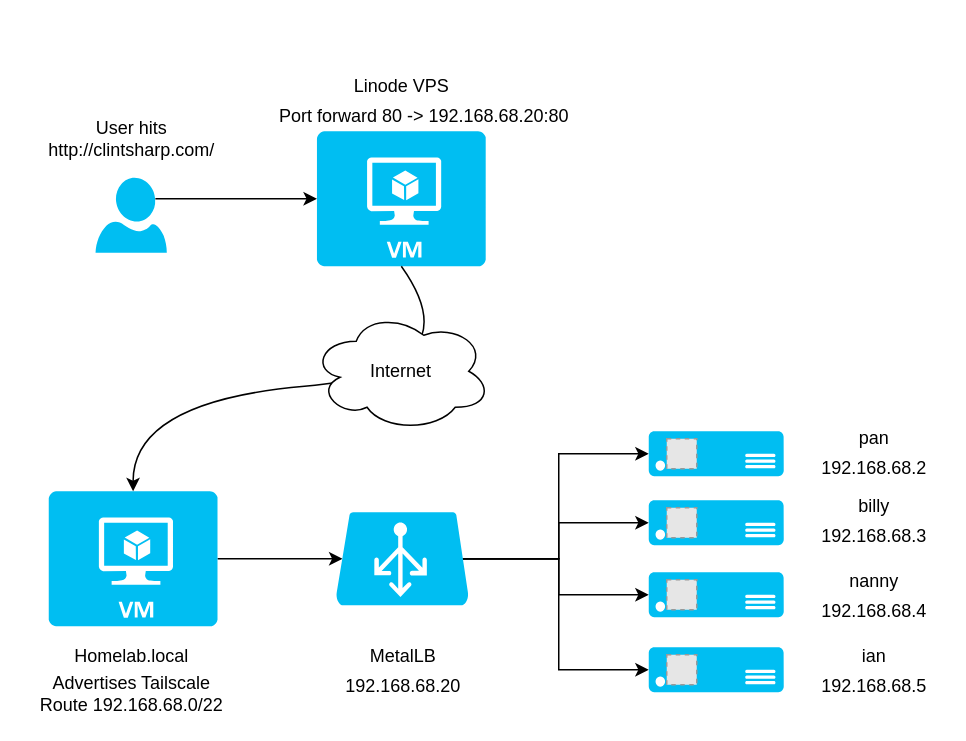
Before: content/english/post/self_hosted_blog/images/BlogTopo.drawio in coccyx/blog, a draw.io diagram. Source tidied: cells renumbered, new cells numbered last; positions are measured from the earlier drawing's top-left corner, leaving out a move shared by most shapes. Both pictures are drawn from the tidied source at 150%, with x=0, y=0 at pixel (26, 70). Pictures stored in the file or linked from it are replaced by grey dashed boxes.
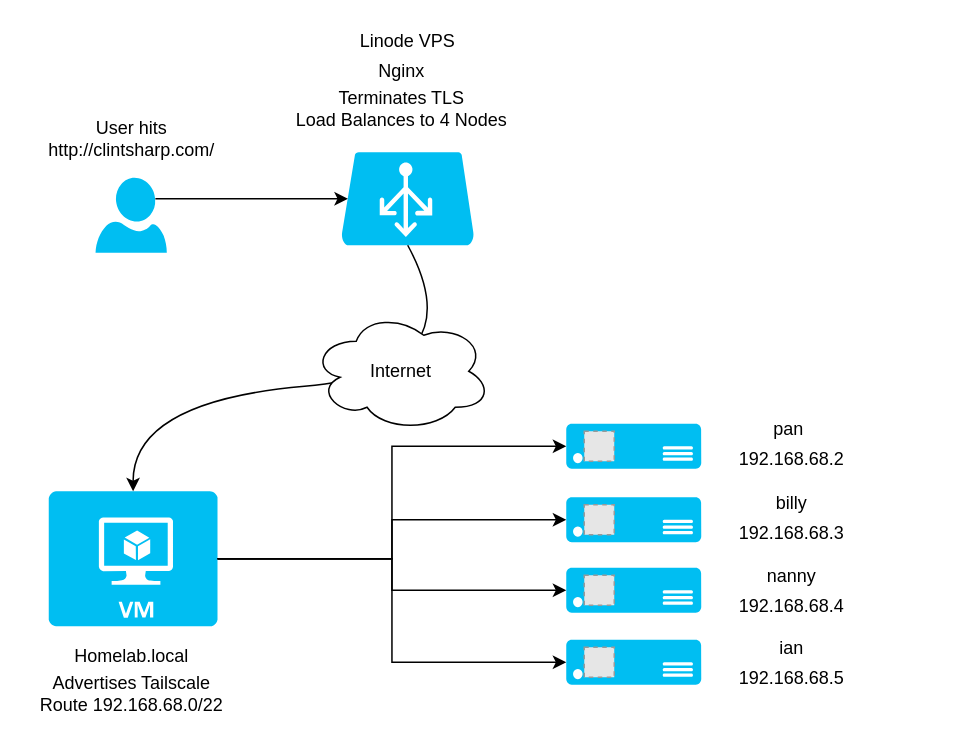
The same page after the edit.

The change refers to these unchanged cells:
```xml
<mxCell id="4" style="verticalLabelPosition=bottom;html=1;verticalAlign=top;align=center;strokeColor=none;fillColor=#00BEF2;shape=mxgraph.azure.virtual_machine;" parent="1" vertex="1">
  <mxGeometry x="15" y="280" width="112.5" height="90" as="geometry" />
</mxCell>
<mxCell id="26" style="verticalLabelPosition=bottom;html=1;verticalAlign=top;align=center;strokeColor=none;fillColor=#00BEF2;shape=mxgraph.azure.user;" parent="1" vertex="1">
  <mxGeometry x="46.2" y="71" width="47.5" height="50" as="geometry" />
</mxCell>
```

Change to the diagram source:
```diff
@@
-    <mxCell id="2" style="verticalLabelPosition=bottom;html=1;verticalAlign=top;align=center;strokeColor=none;fillColor=#00BEF2;shape=mxgraph.azure.virtual_machine;" parent="1" vertex="1">
-      <mxGeometry x="193.8" y="40" width="112.5" height="90" as="geometry" />
-    </mxCell>
-    <mxCell id="3" style="edgeStyle=orthogonalEdgeStyle;rounded=0;jettySize=auto;html=1;exitX=1;exitY=0.5;exitDx=0;exitDy=0;exitPerimeter=0;entryX=0.05;entryY=0.5;entryDx=0;entryDy=0;entryPerimeter=0;" parent="1" edge="1" source="4" target="13">
-      <mxGeometry relative="1" as="geometry" />
-    </mxCell>
@@
     <mxCell id="5" value="Linode VPS" style="text;html=1;align=center;verticalAlign=middle;fillColor=none;strokeColor=none;rounded=0;" parent="1" vertex="1">
-      <mxGeometry x="210" width="80" height="20" as="geometry" />
+      <mxGeometry x="214.3" y="-30" width="80" height="20" as="geometry" />
     </mxCell>
-    <mxCell id="6" value="Port forward 80 -&amp;gt; 192.168.68.20:80" style="text;html=1;align=center;verticalAlign=middle;fillColor=none;strokeColor=none;rounded=0;" parent="1" vertex="1">
-      <mxGeometry x="160" y="20" width="210" height="20" as="geometry" />
-    </mxCell>
@@
-    <mxCell id="9" style="edgeStyle=orthogonalEdgeStyle;rounded=0;jettySize=auto;html=1;exitX=0.955;exitY=0.5;exitDx=0;exitDy=0;exitPerimeter=0;entryX=0;entryY=0.5;entryDx=0;entryDy=0;entryPerimeter=0;" parent="1" edge="1" source="13" target="15">
+    <mxCell id="9" style="edgeStyle=orthogonalEdgeStyle;rounded=0;jettySize=auto;html=1;entryX=0;entryY=0.5;entryDx=0;entryDy=0;entryPerimeter=0;" parent="1" edge="1" source="4" target="15">
       <mxGeometry relative="1" as="geometry" />
     </mxCell>
-    <mxCell id="10" style="edgeStyle=orthogonalEdgeStyle;rounded=0;jettySize=auto;html=1;exitX=0.955;exitY=0.5;exitDx=0;exitDy=0;exitPerimeter=0;entryX=0;entryY=0.5;entryDx=0;entryDy=0;entryPerimeter=0;" parent="1" edge="1" source="13" target="18">
+    <mxCell id="10" style="edgeStyle=orthogonalEdgeStyle;rounded=0;jettySize=auto;html=1;exitX=1;exitY=0.5;exitDx=0;exitDy=0;exitPerimeter=0;entryX=0;entryY=0.5;entryDx=0;entryDy=0;entryPerimeter=0;" parent="1" edge="1" source="4" target="18">
       <mxGeometry relative="1" as="geometry" />
     </mxCell>
-    <mxCell id="11" style="edgeStyle=orthogonalEdgeStyle;rounded=0;jettySize=auto;html=1;exitX=0.955;exitY=0.5;exitDx=0;exitDy=0;exitPerimeter=0;entryX=0;entryY=0.5;entryDx=0;entryDy=0;entryPerimeter=0;" parent="1" edge="1" source="13" target="21">
+    <mxCell id="11" style="edgeStyle=orthogonalEdgeStyle;rounded=0;jettySize=auto;html=1;exitX=1;exitY=0.5;exitDx=0;exitDy=0;exitPerimeter=0;entryX=0;entryY=0.5;entryDx=0;entryDy=0;entryPerimeter=0;" parent="1" edge="1" source="4" target="21">
       <mxGeometry relative="1" as="geometry" />
     </mxCell>
-    <mxCell id="12" style="edgeStyle=orthogonalEdgeStyle;rounded=0;jettySize=auto;html=1;exitX=0.955;exitY=0.5;exitDx=0;exitDy=0;exitPerimeter=0;entryX=0;entryY=0.5;entryDx=0;entryDy=0;entryPerimeter=0;" parent="1" edge="1" source="13" target="24">
+    <mxCell id="12" style="edgeStyle=orthogonalEdgeStyle;rounded=0;jettySize=auto;html=1;exitX=1;exitY=0.5;exitDx=0;exitDy=0;exitPerimeter=0;entryX=0;entryY=0.5;entryDx=0;entryDy=0;entryPerimeter=0;" parent="1" edge="1" source="4" target="24">
       <mxGeometry relative="1" as="geometry" />
     </mxCell>
     <mxCell id="13" style="verticalLabelPosition=bottom;html=1;verticalAlign=top;align=center;strokeColor=none;fillColor=#00BEF2;shape=mxgraph.azure.azure_load_balancer;" parent="1" vertex="1">
-      <mxGeometry x="206.4" y="294" width="88.6" height="62" as="geometry" />
+      <mxGeometry x="210" y="54" width="88.6" height="62" as="geometry" />
     </mxCell>
-    <mxCell id="14" style="group;" parent="1" vertex="1">
-      <mxGeometry x="415" y="240" width="90" height="30" as="geometry" />
-    </mxCell>
-    <mxCell id="15" style="verticalLabelPosition=bottom;html=1;verticalAlign=top;align=center;strokeColor=none;fillColor=#00BEF2;shape=mxgraph.azure.server;" parent="14" vertex="1">
-      <mxGeometry width="90" height="30" as="geometry" />
-    </mxCell>
-    <mxCell id="16" style="fillColor=#E6E6E6;strokeColor=#999999;dashed=1;html=1;verticalAlign=top;verticalLabelPosition=bottom;labelBackgroundColor=#ffffff;" parent="14" vertex="1">
-      <mxGeometry x="12" y="5" width="20" height="20" as="geometry" />
-    </mxCell>
-    <mxCell id="17" style="group;" parent="1" vertex="1">
-      <mxGeometry x="415" y="286" width="90" height="30" as="geometry" />
-    </mxCell>
-    <mxCell id="18" style="verticalLabelPosition=bottom;html=1;verticalAlign=top;align=center;strokeColor=none;fillColor=#00BEF2;shape=mxgraph.azure.server;" parent="17" vertex="1">
-      <mxGeometry width="90" height="30" as="geometry" />
-    </mxCell>
-    <mxCell id="19" style="fillColor=#E6E6E6;strokeColor=#999999;dashed=1;html=1;verticalAlign=top;verticalLabelPosition=bottom;labelBackgroundColor=#ffffff;" parent="17" vertex="1">
-      <mxGeometry x="12" y="5" width="20" height="20" as="geometry" />
-    </mxCell>
-    <mxCell id="20" style="group;" parent="1" vertex="1">
-      <mxGeometry x="415" y="334" width="90" height="30" as="geometry" />
-    </mxCell>
-    <mxCell id="21" style="verticalLabelPosition=bottom;html=1;verticalAlign=top;align=center;strokeColor=none;fillColor=#00BEF2;shape=mxgraph.azure.server;" parent="20" vertex="1">
-      <mxGeometry width="90" height="30" as="geometry" />
-    </mxCell>
-    <mxCell id="22" style="fillColor=#E6E6E6;strokeColor=#999999;dashed=1;html=1;verticalAlign=top;verticalLabelPosition=bottom;labelBackgroundColor=#ffffff;" parent="20" vertex="1">
-      <mxGeometry x="12" y="5" width="20" height="20" as="geometry" />
-    </mxCell>
-    <mxCell id="23" style="group;" parent="1" vertex="1">
-      <mxGeometry x="415" y="384" width="90" height="30" as="geometry" />
-    </mxCell>
-    <mxCell id="24" style="verticalLabelPosition=bottom;html=1;verticalAlign=top;align=center;strokeColor=none;fillColor=#00BEF2;shape=mxgraph.azure.server;" parent="23" vertex="1">
-      <mxGeometry width="90" height="30" as="geometry" />
-    </mxCell>
-    <mxCell id="25" style="fillColor=#E6E6E6;strokeColor=#999999;dashed=1;html=1;verticalAlign=top;verticalLabelPosition=bottom;labelBackgroundColor=#ffffff;" parent="23" vertex="1">
-      <mxGeometry x="12" y="5" width="20" height="20" as="geometry" />
-    </mxCell>
@@
-    <mxCell id="28" style="endArrow=classic;html=1;rounded=0;exitX=0.84;exitY=0.28;exitDx=0;exitDy=0;exitPerimeter=0;entryX=0;entryY=0.5;entryDx=0;entryDy=0;entryPerimeter=0;" parent="1" edge="1" source="26" target="2">
+    <mxCell id="28" style="endArrow=classic;html=1;rounded=0;exitX=0.84;exitY=0.28;exitDx=0;exitDy=0;exitPerimeter=0;entryX=0.05;entryY=0.5;entryDx=0;entryDy=0;entryPerimeter=0;" parent="1" edge="1" source="26" target="13">
       <mxGeometry relative="1" as="geometry" />
     </mxCell>
-    <mxCell id="29" style="curved=1;endArrow=classic;html=1;rounded=0;exitX=0.5;exitY=1;exitDx=0;exitDy=0;exitPerimeter=0;entryX=0.5;entryY=0;entryDx=0;entryDy=0;entryPerimeter=0;" parent="1" edge="1" source="2" target="4">
+    <mxCell id="29" style="curved=1;endArrow=classic;html=1;rounded=0;entryX=0.5;entryY=0;entryDx=0;entryDy=0;entryPerimeter=0;exitX=0.5;exitY=1;exitDx=0;exitDy=0;exitPerimeter=0;" parent="1" edge="1" source="13" target="4">
       <mxGeometry relative="1" as="geometry">
         <Array as="points">
           <mxPoint x="300" y="200" />
           <mxPoint x="71" y="220" />
         </Array>
       </mxGeometry>
     </mxCell>
@@
-    <mxCell id="31" value="MetalLB" style="text;html=1;align=center;verticalAlign=middle;fillColor=none;strokeColor=none;rounded=0;" parent="1" vertex="1">
-      <mxGeometry x="220.7" y="380" width="60" height="20" as="geometry" />
+    <mxCell id="31" value="Nginx" style="text;html=1;align=center;verticalAlign=middle;fillColor=none;strokeColor=none;rounded=0;" parent="1" vertex="1">
+      <mxGeometry x="225" y="-15" width="50" height="30" as="geometry" />
     </mxCell>
-    <mxCell id="32" value="192.168.68.20" style="text;html=1;align=center;verticalAlign=middle;fillColor=none;strokeColor=none;rounded=0;" parent="1" vertex="1">
-      <mxGeometry x="205.7" y="400" width="90" height="20" as="geometry" />
+    <mxCell id="32" value="Terminates TLS&lt;br&gt;Load Balances to 4 Nodes" style="text;html=1;align=center;verticalAlign=middle;fillColor=none;strokeColor=none;rounded=0;" parent="1" vertex="1">
+      <mxGeometry x="170" y="5" width="160" height="40" as="geometry" />
     </mxCell>
-    <mxCell id="33" value="pan" style="text;html=1;align=center;verticalAlign=middle;fillColor=none;strokeColor=none;rounded=0;" parent="1" vertex="1">
-      <mxGeometry x="545" y="235" width="40" height="20" as="geometry" />
-    </mxCell>
-    <mxCell id="34" value="192.168.68.2" style="text;html=1;align=center;verticalAlign=middle;fillColor=none;strokeColor=none;rounded=0;" parent="1" vertex="1">
-      <mxGeometry x="520" y="255" width="90" height="20" as="geometry" />
-    </mxCell>
+    <mxCell id="41" style="group;" parent="1" vertex="1">
+      <mxGeometry x="360" y="278" width="195" height="40" as="geometry" />
+    </mxCell>
+    <mxCell id="17" style="group;" parent="41" vertex="1">
+      <mxGeometry y="6" width="90" height="30" as="geometry" />
+    </mxCell>
+    <mxCell id="18" style="verticalLabelPosition=bottom;html=1;verticalAlign=top;align=center;strokeColor=none;fillColor=#00BEF2;shape=mxgraph.azure.server;" parent="17" vertex="1">
+      <mxGeometry width="90" height="30" as="geometry" />
+    </mxCell>
+    <mxCell id="19" style="fillColor=#E6E6E6;strokeColor=#999999;dashed=1;html=1;verticalAlign=top;verticalLabelPosition=bottom;labelBackgroundColor=#ffffff;" parent="17" vertex="1">
+      <mxGeometry x="12" y="5" width="20" height="20" as="geometry" />
+    </mxCell>
+    <mxCell id="42" style="group;" parent="41" vertex="1">
+      <mxGeometry x="105" width="90" height="40" as="geometry" />
+    </mxCell>
-    <mxCell id="35" value="billy" style="text;html=1;align=center;verticalAlign=middle;fillColor=none;strokeColor=none;rounded=0;" parent="1" vertex="1">
-      <mxGeometry x="545" y="280" width="40" height="20" as="geometry" />
+    <mxCell id="35" value="billy" style="text;html=1;align=center;verticalAlign=middle;fillColor=none;strokeColor=none;rounded=0;" parent="42" vertex="1">
+      <mxGeometry x="25" width="40" height="20" as="geometry" />
     </mxCell>
-    <mxCell id="36" value="192.168.68.3" style="text;html=1;align=center;verticalAlign=middle;fillColor=none;strokeColor=none;rounded=0;" parent="1" vertex="1">
-      <mxGeometry x="520" y="300" width="90" height="20" as="geometry" />
+    <mxCell id="36" value="192.168.68.3" style="text;html=1;align=center;verticalAlign=middle;fillColor=none;strokeColor=none;rounded=0;" parent="42" vertex="1">
+      <mxGeometry y="20" width="90" height="20" as="geometry" />
     </mxCell>
+    <mxCell id="43" style="group;" parent="1" vertex="1">
+      <mxGeometry x="360" y="327" width="195" height="40" as="geometry" />
+    </mxCell>
+    <mxCell id="20" style="group;" parent="43" vertex="1">
+      <mxGeometry y="4" width="90" height="30" as="geometry" />
+    </mxCell>
+    <mxCell id="21" style="verticalLabelPosition=bottom;html=1;verticalAlign=top;align=center;strokeColor=none;fillColor=#00BEF2;shape=mxgraph.azure.server;" parent="20" vertex="1">
+      <mxGeometry width="90" height="30" as="geometry" />
+    </mxCell>
+    <mxCell id="22" style="fillColor=#E6E6E6;strokeColor=#999999;dashed=1;html=1;verticalAlign=top;verticalLabelPosition=bottom;labelBackgroundColor=#ffffff;" parent="20" vertex="1">
+      <mxGeometry x="12" y="5" width="20" height="20" as="geometry" />
+    </mxCell>
+    <mxCell id="44" style="group;" parent="43" vertex="1">
+      <mxGeometry x="105" width="90" height="40" as="geometry" />
+    </mxCell>
-    <mxCell id="37" value="nanny" style="text;html=1;align=center;verticalAlign=middle;fillColor=none;strokeColor=none;rounded=0;" parent="1" vertex="1">
-      <mxGeometry x="540" y="330" width="50" height="20" as="geometry" />
+    <mxCell id="37" value="nanny" style="text;html=1;align=center;verticalAlign=middle;fillColor=none;strokeColor=none;rounded=0;" parent="44" vertex="1">
+      <mxGeometry x="20" width="50" height="20" as="geometry" />
     </mxCell>
-    <mxCell id="38" value="192.168.68.4" style="text;html=1;align=center;verticalAlign=middle;fillColor=none;strokeColor=none;rounded=0;" parent="1" vertex="1">
-      <mxGeometry x="520" y="350" width="90" height="20" as="geometry" />
+    <mxCell id="38" value="192.168.68.4" style="text;html=1;align=center;verticalAlign=middle;fillColor=none;strokeColor=none;rounded=0;" parent="44" vertex="1">
+      <mxGeometry y="20" width="90" height="20" as="geometry" />
     </mxCell>
+    <mxCell id="45" style="group;" parent="1" vertex="1">
+      <mxGeometry x="360" y="375" width="195" height="40" as="geometry" />
+    </mxCell>
+    <mxCell id="23" style="group;" parent="45" vertex="1">
+      <mxGeometry y="4" width="90" height="30" as="geometry" />
+    </mxCell>
+    <mxCell id="24" style="verticalLabelPosition=bottom;html=1;verticalAlign=top;align=center;strokeColor=none;fillColor=#00BEF2;shape=mxgraph.azure.server;" parent="23" vertex="1">
+      <mxGeometry width="90" height="30" as="geometry" />
+    </mxCell>
+    <mxCell id="25" style="fillColor=#E6E6E6;strokeColor=#999999;dashed=1;html=1;verticalAlign=top;verticalLabelPosition=bottom;labelBackgroundColor=#ffffff;" parent="23" vertex="1">
+      <mxGeometry x="12" y="5" width="20" height="20" as="geometry" />
+    </mxCell>
+    <mxCell id="46" style="group;" parent="45" vertex="1">
+      <mxGeometry x="105" width="90" height="40" as="geometry" />
+    </mxCell>
-    <mxCell id="39" value="ian" style="text;html=1;align=center;verticalAlign=middle;fillColor=none;strokeColor=none;rounded=0;" parent="1" vertex="1">
-      <mxGeometry x="550" y="380" width="30" height="20" as="geometry" />
+    <mxCell id="39" value="ian" style="text;html=1;align=center;verticalAlign=middle;fillColor=none;strokeColor=none;rounded=0;" parent="46" vertex="1">
+      <mxGeometry x="30" width="30" height="20" as="geometry" />
     </mxCell>
-    <mxCell id="40" value="192.168.68.5" style="text;html=1;align=center;verticalAlign=middle;fillColor=none;strokeColor=none;rounded=0;" parent="1" vertex="1">
-      <mxGeometry x="520" y="400" width="90" height="20" as="geometry" />
+    <mxCell id="40" value="192.168.68.5" style="text;html=1;align=center;verticalAlign=middle;fillColor=none;strokeColor=none;rounded=0;" parent="46" vertex="1">
+      <mxGeometry y="20" width="90" height="20" as="geometry" />
     </mxCell>
+    <mxCell id="47" style="group;" parent="1" vertex="1">
+      <mxGeometry x="360" y="229.4" width="195" height="40" as="geometry" />
+    </mxCell>
+    <mxCell id="14" style="group;" parent="47" vertex="1">
+      <mxGeometry y="5.6" width="90" height="30" as="geometry" />
+    </mxCell>
+    <mxCell id="15" style="verticalLabelPosition=bottom;html=1;verticalAlign=top;align=center;strokeColor=none;fillColor=#00BEF2;shape=mxgraph.azure.server;" parent="14" vertex="1">
+      <mxGeometry width="90" height="30" as="geometry" />
+    </mxCell>
+    <mxCell id="16" style="fillColor=#E6E6E6;strokeColor=#999999;dashed=1;html=1;verticalAlign=top;verticalLabelPosition=bottom;labelBackgroundColor=#ffffff;" parent="14" vertex="1">
+      <mxGeometry x="12" y="5" width="20" height="20" as="geometry" />
+    </mxCell>
+    <mxCell id="48" style="group;" parent="47" vertex="1">
+      <mxGeometry x="105" width="90" height="40" as="geometry" />
+    </mxCell>
+    <mxCell id="34" value="192.168.68.2" style="text;html=1;align=center;verticalAlign=middle;fillColor=none;strokeColor=none;rounded=0;" parent="48" vertex="1">
+      <mxGeometry y="20" width="90" height="20" as="geometry" />
+    </mxCell>
+    <mxCell id="33" value="pan" style="text;html=1;align=center;verticalAlign=middle;fillColor=none;strokeColor=none;rounded=0;" parent="48" vertex="1">
+      <mxGeometry x="23" width="40" height="20" as="geometry" />
+    </mxCell>
```
